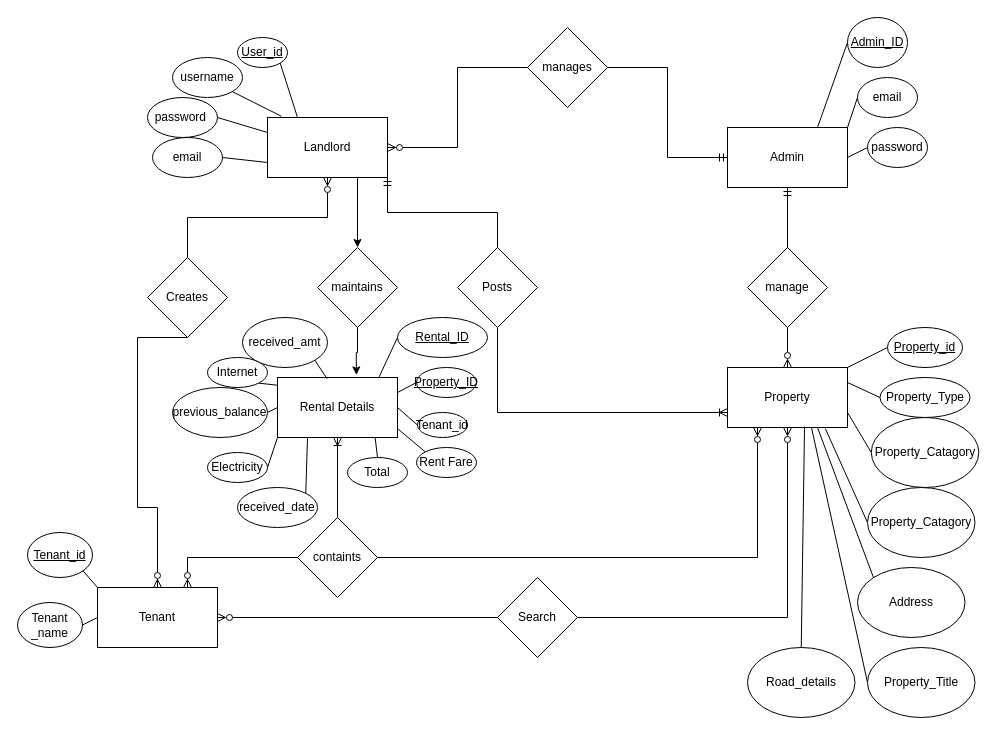
Sbdpratik/gharbeti keeps this draw.io diagram as page "Page-8" (8 of 8) of GharBeti(Diagrams).drawio. Above is the earlier version. Source tidied: cells renumbered, new cells numbered last; positions are measured from the earlier drawing's top-left corner, leaving out a move shared by most shapes. Both pictures are drawn from the tidied source at 100%, with x=0, y=0 at pixel (17, 17).
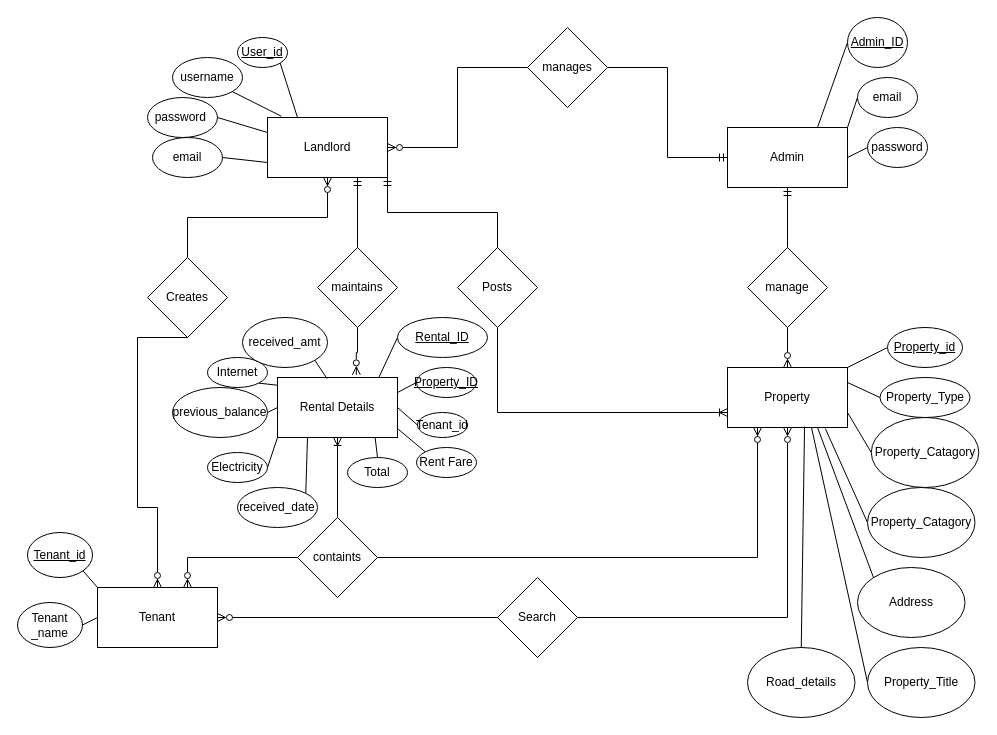
After the change.

The change refers to these unchanged cells:
```xml
<mxCell id="5" value="Landlord" style="rounded=0;whiteSpace=wrap;html=1;" parent="1" vertex="1">
  <mxGeometry x="250" y="100" width="120" height="60" as="geometry" />
</mxCell>
<mxCell id="25" value="Rental Details" style="rounded=0;whiteSpace=wrap;html=1;" parent="1" vertex="1">
  <mxGeometry x="260" y="360" width="120" height="60" as="geometry" />
</mxCell>
<mxCell id="31" value="maintains" style="rhombus;whiteSpace=wrap;html=1;" parent="1" vertex="1">
  <mxGeometry x="300" y="230" width="80" height="80" as="geometry" />
</mxCell>
```

Change to the diagram source:
```diff
@@
-    <mxCell id="3" style="edgeStyle=orthogonalEdgeStyle;rounded=0;jettySize=auto;html=1;exitX=0.75;exitY=1;exitDx=0;exitDy=0;entryX=0.5;entryY=0;entryDx=0;entryDy=0;" parent="1" edge="1" source="5" target="31">
+    <mxCell id="3" style="edgeStyle=orthogonalEdgeStyle;rounded=0;jettySize=auto;html=1;exitX=0.75;exitY=1;exitDx=0;exitDy=0;entryX=0.5;entryY=0;entryDx=0;entryDy=0;startArrow=ERmandOne;startFill=0;endArrow=none;endFill=0;" parent="1" edge="1" source="5" target="31">
       <mxGeometry relative="1" as="geometry" />
     </mxCell>
@@
-    <mxCell id="30" style="edgeStyle=orthogonalEdgeStyle;rounded=0;jettySize=auto;html=1;exitX=0.5;exitY=1;exitDx=0;exitDy=0;entryX=0.657;entryY=-0.044;entryDx=0;entryDy=0;entryPerimeter=0;" parent="1" edge="1" source="31" target="25">
+    <mxCell id="30" style="edgeStyle=orthogonalEdgeStyle;rounded=0;jettySize=auto;html=1;exitX=0.5;exitY=1;exitDx=0;exitDy=0;entryX=0.657;entryY=-0.044;entryDx=0;entryDy=0;entryPerimeter=0;endArrow=ERzeroToMany;endFill=0;" parent="1" edge="1" source="31" target="25">
       <mxGeometry relative="1" as="geometry" />
     </mxCell>
```
